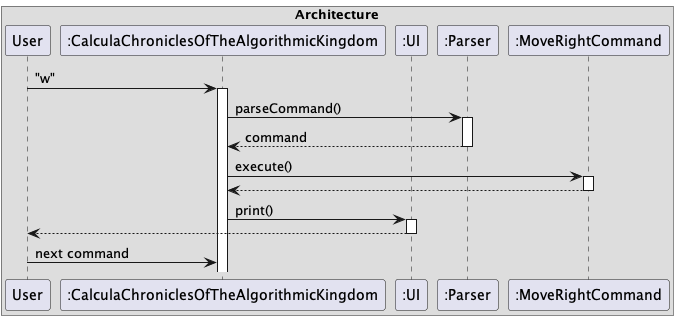
aaravrawal52/tp keeps this PlantUML diagram as picture/ArchitectureSequenceDiagram.png. Above is the earlier version.
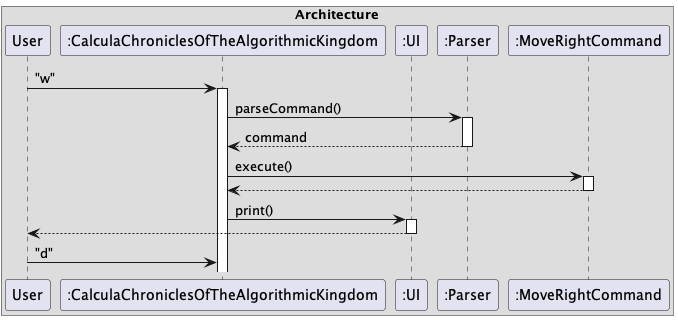
After the change.

Commit message:
Test gradle wrapper

What changed in the source:
```diff
@@ -20,7 +20,7 @@
 activate ui
 ui --> user
 deactivate ui
-user -> main : next command
+user -> main : "d"
 
 end box
 @enduml
```
